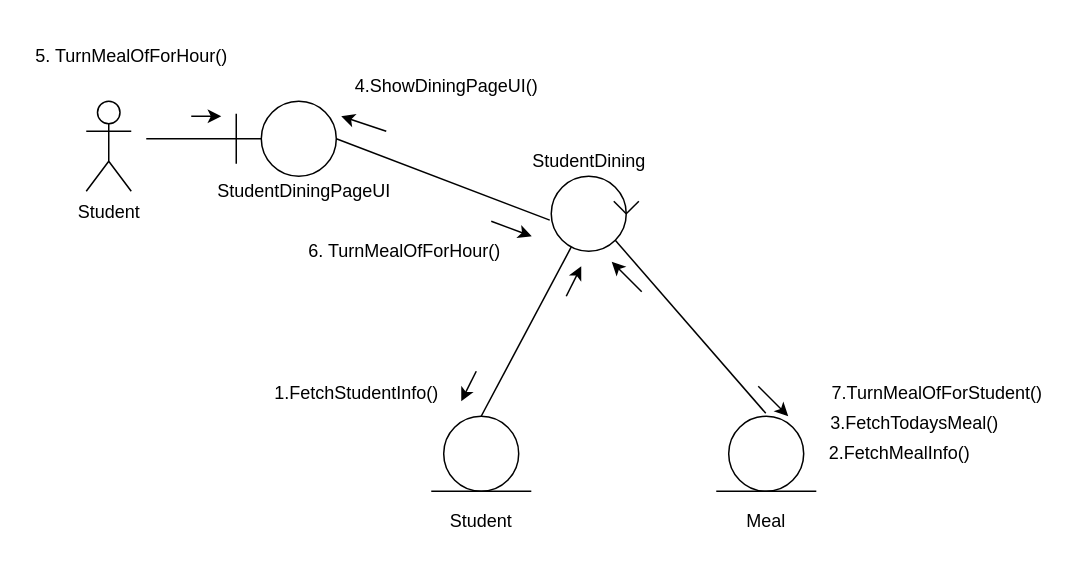
The draw.io diagram page "StudentDining" (3 of 11) of Collab.drawio in Noman1705088/CSE-326, before the edit. Source tidied: cells renumbered, new cells numbered last; positions are measured from the earlier drawing's top-left corner, leaving out a move shared by most shapes. Both pictures are drawn from the tidied source at 150%, with x=0, y=0 at pixel (26, 40).
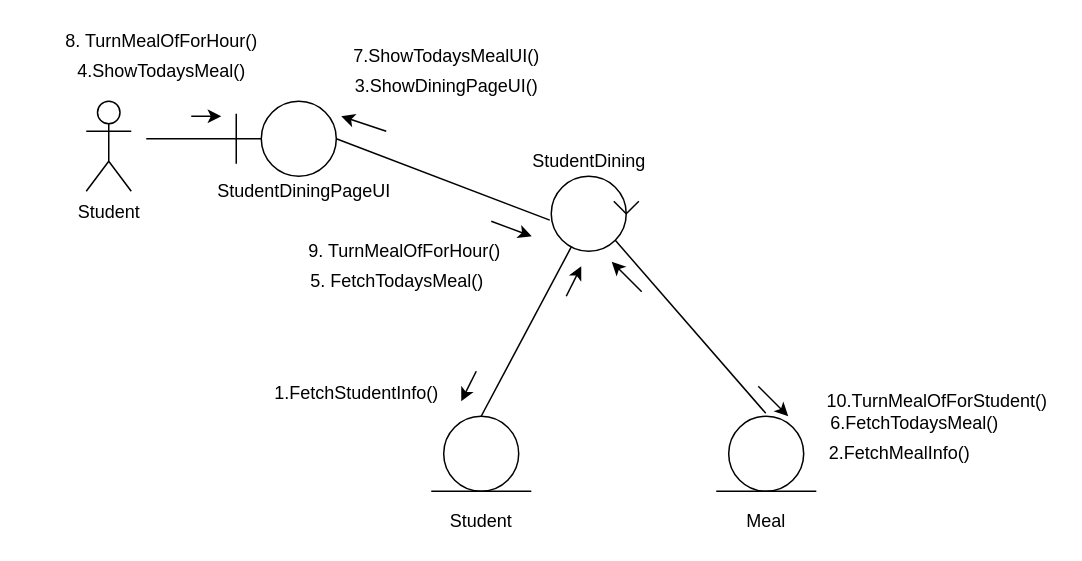
After the change.

The edit, as a diff of the source:
```diff
@@
-    <mxCell id="29" value="4.ShowDiningPageUI()" style="text;html=1;align=center;verticalAlign=middle;strokeColor=none;fillColor=none;" parent="1" vertex="1">
+    <mxCell id="29" value="3.ShowDiningPageUI()" style="text;html=1;align=center;verticalAlign=middle;strokeColor=none;fillColor=none;" parent="1" vertex="1">
       <mxGeometry x="210" y="20" width="140" height="20" as="geometry" />
     </mxCell>
@@
-    <mxCell id="39" value="3.FetchTodaysMeal()" style="text;html=1;align=center;verticalAlign=middle;strokeColor=none;fillColor=none;" parent="1" vertex="1">
+    <mxCell id="39" value="6.FetchTodaysMeal()" style="text;html=1;align=center;verticalAlign=middle;strokeColor=none;fillColor=none;" parent="1" vertex="1">
       <mxGeometry x="526.7" y="245" width="130" height="20" as="geometry" />
     </mxCell>
-    <mxCell id="40" value="6. TurnMealOfForHour()" style="text;html=1;align=center;verticalAlign=middle;strokeColor=none;fillColor=none;" parent="1" vertex="1">
+    <mxCell id="40" value="9. TurnMealOfForHour()" style="text;html=1;align=center;verticalAlign=middle;strokeColor=none;fillColor=none;" parent="1" vertex="1">
       <mxGeometry x="181.7" y="130" width="140" height="20" as="geometry" />
     </mxCell>
-    <mxCell id="41" value="5. TurnMealOfForHour()" style="text;html=1;align=center;verticalAlign=middle;strokeColor=none;fillColor=none;" parent="1" vertex="1">
-      <mxGeometry width="140" height="20" as="geometry" />
+    <mxCell id="41" value="8. TurnMealOfForHour()" style="text;html=1;align=center;verticalAlign=middle;strokeColor=none;fillColor=none;" parent="1" vertex="1">
+      <mxGeometry x="20" y="-10" width="140" height="20" as="geometry" />
     </mxCell>
-    <mxCell id="42" value="7.TurnMealOfForStudent()" style="text;html=1;align=center;verticalAlign=middle;strokeColor=none;fillColor=none;" parent="1" vertex="1">
-      <mxGeometry x="526.7" y="225" width="160" height="20" as="geometry" />
+    <mxCell id="42" value="10.TurnMealOfForStudent()" style="text;html=1;align=center;verticalAlign=middle;strokeColor=none;fillColor=none;" parent="1" vertex="1">
+      <mxGeometry x="526.7" y="230" width="160" height="20" as="geometry" />
     </mxCell>
+    <mxCell id="43" value="4.ShowTodaysMeal()" style="text;html=1;align=center;verticalAlign=middle;strokeColor=none;fillColor=none;" parent="1" vertex="1">
+      <mxGeometry x="25" y="10" width="130" height="20" as="geometry" />
+    </mxCell>
+    <mxCell id="44" value="5. FetchTodaysMeal()" style="text;html=1;align=center;verticalAlign=middle;strokeColor=none;fillColor=none;" parent="1" vertex="1">
+      <mxGeometry x="181.7" y="150" width="130" height="20" as="geometry" />
+    </mxCell>
+    <mxCell id="45" value="7.ShowTodaysMealUI()" style="text;html=1;align=center;verticalAlign=middle;strokeColor=none;fillColor=none;" parent="1" vertex="1">
+      <mxGeometry x="210" width="140" height="20" as="geometry" />
+    </mxCell>
```
